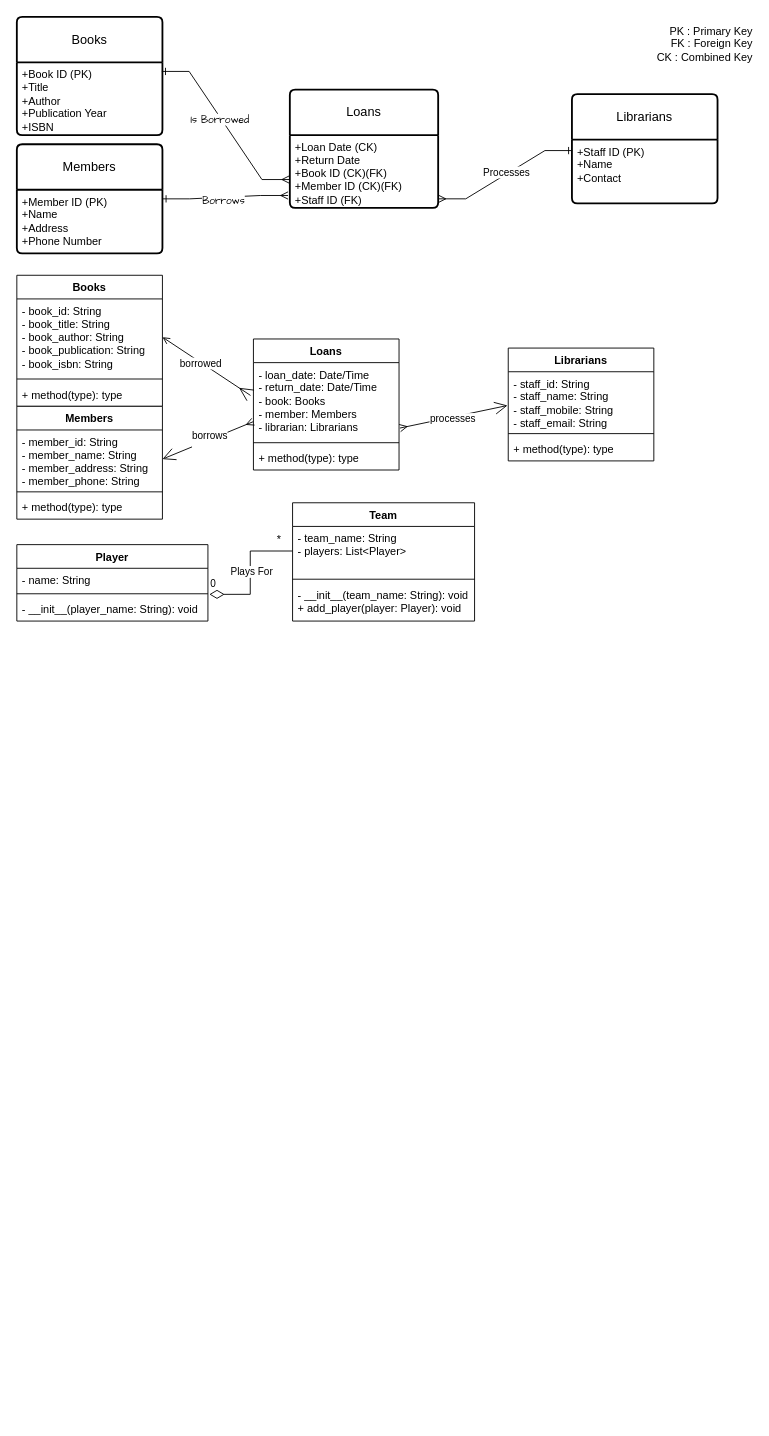
Earlier version of the draw.io diagram Library.drawio (williamprodinger23/williamprodinger23.github.io). Source tidied: cells renumbered, new cells numbered last; positions are measured from the earlier drawing's top-left corner, leaving out a move shared by most shapes. Both pictures are drawn from the tidied source at 91%, with x=0, y=0 at pixel (16, 16).
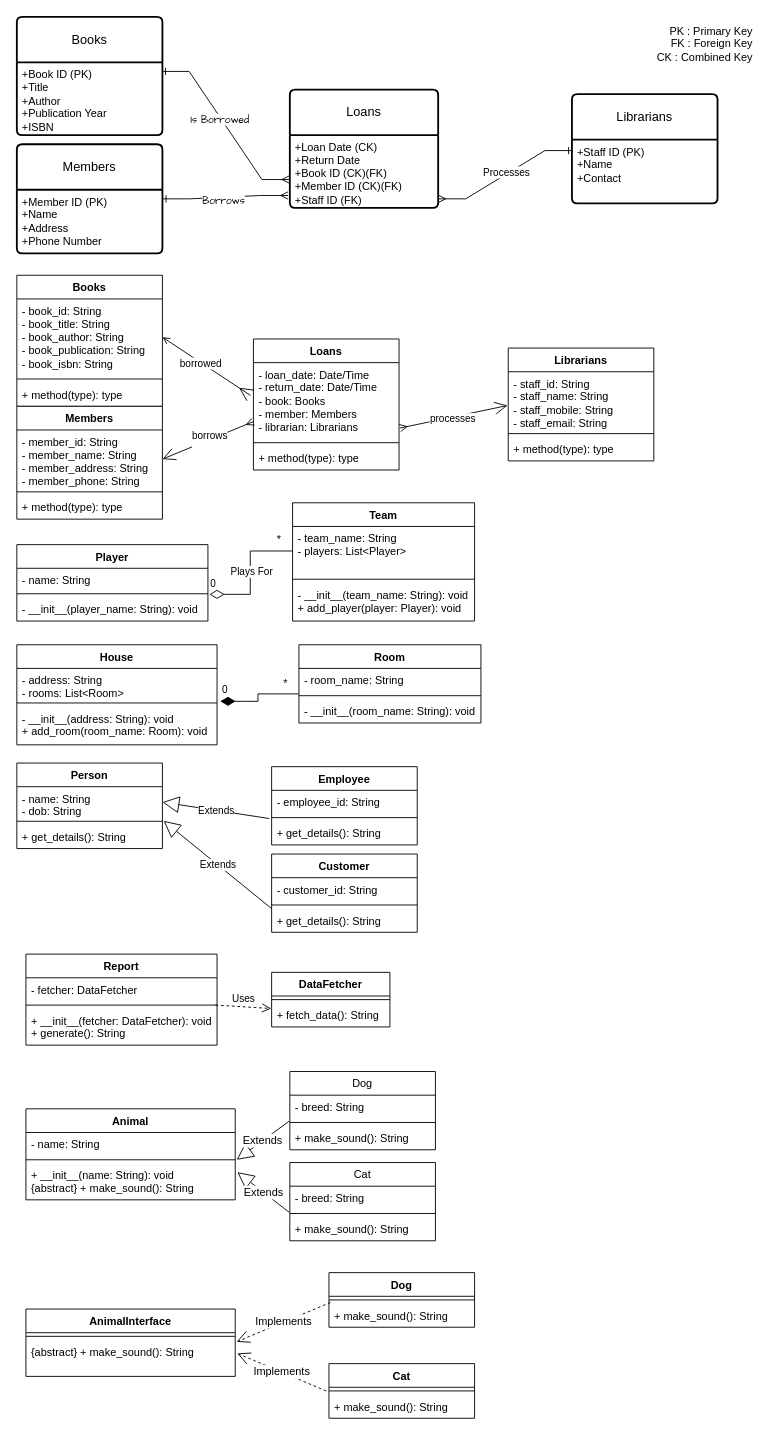
Above is the later version.

What changed in the source:
```diff
@@
+    <mxCell id="50" value="House" style="swimlane;fontStyle=1;align=center;verticalAlign=top;horizontal=1;startSize=26;whiteSpace=wrap;html=1;" parent="1" vertex="1">
+      <mxGeometry y="690" width="220" height="110" as="geometry" />
+    </mxCell>
+    <mxCell id="51" value="- address: String&lt;div&gt;- rooms: List&amp;lt;Room&amp;gt;&lt;/div&gt;" style="text;strokeColor=none;fillColor=none;align=left;verticalAlign=top;spacingLeft=4;spacingRight=4;overflow=hidden;points=[[0,0.5],[1,0.5]];portConstraint=eastwest;whiteSpace=wrap;html=1;" parent="50" vertex="1">
+      <mxGeometry y="26" width="220" height="34" as="geometry" />
+    </mxCell>
+    <mxCell id="52" style="line;strokeWidth=1;fillColor=none;align=left;verticalAlign=middle;spacingTop=-1;spacingLeft=3;spacingRight=3;labelPosition=right;strokeColor=inherit;" parent="50" vertex="1">
+      <mxGeometry y="60" width="220" height="8" as="geometry" />
+    </mxCell>
+    <mxCell id="53" value="- __init__(address: String): void&lt;div&gt;+ add_room(room_name: Room): void&lt;/div&gt;" style="text;strokeColor=none;fillColor=none;align=left;verticalAlign=top;spacingLeft=4;spacingRight=4;overflow=hidden;whiteSpace=wrap;html=1;" parent="50" vertex="1">
+      <mxGeometry y="68" width="220" height="42" as="geometry" />
+    </mxCell>
+    <mxCell id="54" value="Room" style="swimlane;fontStyle=1;align=center;verticalAlign=top;horizontal=1;startSize=26;whiteSpace=wrap;html=1;" parent="1" vertex="1">
+      <mxGeometry x="310" y="690" width="200" height="86" as="geometry" />
+    </mxCell>
+    <mxCell id="55" value="- room_name: String" style="text;strokeColor=none;fillColor=none;align=left;verticalAlign=top;spacingLeft=4;spacingRight=4;overflow=hidden;points=[[0,0.5],[1,0.5]];portConstraint=eastwest;whiteSpace=wrap;html=1;" parent="54" vertex="1">
+      <mxGeometry y="26" width="200" height="26" as="geometry" />
+    </mxCell>
+    <mxCell id="56" style="line;strokeWidth=1;fillColor=none;align=left;verticalAlign=middle;spacingTop=-1;spacingLeft=3;spacingRight=3;labelPosition=right;strokeColor=inherit;" parent="54" vertex="1">
+      <mxGeometry y="52" width="200" height="8" as="geometry" />
+    </mxCell>
+    <mxCell id="57" value="- __init__(room_name: String): void" style="text;strokeColor=none;fillColor=none;align=left;verticalAlign=top;spacingLeft=4;spacingRight=4;overflow=hidden;whiteSpace=wrap;html=1;" parent="54" vertex="1">
+      <mxGeometry y="60" width="200" height="26" as="geometry" />
+    </mxCell>
+    <mxCell id="58" value="0" style="endArrow=none;html=1;endSize=12;startArrow=diamondThin;startSize=14;startFill=1;edgeStyle=orthogonalEdgeStyle;align=left;verticalAlign=bottom;rounded=0;exitX=1.016;exitY=1.064;exitDx=0;exitDy=0;exitPerimeter=0;entryX=0;entryY=1.077;entryDx=0;entryDy=0;entryPerimeter=0;endFill=0;" parent="1" edge="1" source="51" target="55">
+      <mxGeometry x="-1" y="3" relative="1" as="geometry" />
+    </mxCell>
+    <mxCell id="59" value="*" style="text;html=1;align=center;verticalAlign=middle;strokeColor=none;fillColor=none;" parent="1" vertex="1">
+      <mxGeometry x="280" y="718" width="30" height="30" as="geometry" />
+    </mxCell>
+    <mxCell id="60" value="Person" style="swimlane;fontStyle=1;align=center;verticalAlign=top;horizontal=1;startSize=26;whiteSpace=wrap;html=1;" parent="1" vertex="1">
+      <mxGeometry y="820" width="160" height="94" as="geometry" />
+    </mxCell>
+    <mxCell id="61" value="- name: String&lt;div&gt;- dob: String&lt;/div&gt;" style="text;strokeColor=none;fillColor=none;align=left;verticalAlign=top;spacingLeft=4;spacingRight=4;overflow=hidden;points=[[0,0.5],[1,0.5]];portConstraint=eastwest;whiteSpace=wrap;html=1;" parent="60" vertex="1">
+      <mxGeometry y="26" width="160" height="34" as="geometry" />
+    </mxCell>
+    <mxCell id="62" style="line;strokeWidth=1;fillColor=none;align=left;verticalAlign=middle;spacingTop=-1;spacingLeft=3;spacingRight=3;labelPosition=right;strokeColor=inherit;" parent="60" vertex="1">
+      <mxGeometry y="60" width="160" height="8" as="geometry" />
+    </mxCell>
+    <mxCell id="63" value="+ get_details(): String" style="text;strokeColor=none;fillColor=none;align=left;verticalAlign=top;spacingLeft=4;spacingRight=4;overflow=hidden;points=[[0,0.5],[1,0.5]];portConstraint=eastwest;whiteSpace=wrap;html=1;" parent="60" vertex="1">
+      <mxGeometry y="68" width="160" height="26" as="geometry" />
+    </mxCell>
+    <mxCell id="64" value="Employee" style="swimlane;fontStyle=1;align=center;verticalAlign=top;horizontal=1;startSize=26;whiteSpace=wrap;html=1;" parent="1" vertex="1">
+      <mxGeometry x="280" y="824" width="160" height="86" as="geometry" />
+    </mxCell>
+    <mxCell id="65" value="- employee_id: String" style="text;strokeColor=none;fillColor=none;align=left;verticalAlign=top;spacingLeft=4;spacingRight=4;overflow=hidden;points=[[0,0.5],[1,0.5]];portConstraint=eastwest;whiteSpace=wrap;html=1;" parent="64" vertex="1">
+      <mxGeometry y="26" width="160" height="26" as="geometry" />
+    </mxCell>
+    <mxCell id="66" style="line;strokeWidth=1;fillColor=none;align=left;verticalAlign=middle;spacingTop=-1;spacingLeft=3;spacingRight=3;labelPosition=right;strokeColor=inherit;" parent="64" vertex="1">
+      <mxGeometry y="52" width="160" height="8" as="geometry" />
+    </mxCell>
+    <mxCell id="67" value="+ get_details(): String" style="text;strokeColor=none;fillColor=none;align=left;verticalAlign=top;spacingLeft=4;spacingRight=4;overflow=hidden;whiteSpace=wrap;html=1;" parent="64" vertex="1">
+      <mxGeometry y="60" width="160" height="26" as="geometry" />
+    </mxCell>
+    <mxCell id="68" value="Customer" style="swimlane;fontStyle=1;align=center;verticalAlign=top;horizontal=1;startSize=26;whiteSpace=wrap;html=1;" parent="1" vertex="1">
+      <mxGeometry x="280" y="920" width="160" height="86" as="geometry" />
+    </mxCell>
+    <mxCell id="69" value="- customer_id: String" style="text;strokeColor=none;fillColor=none;align=left;verticalAlign=top;spacingLeft=4;spacingRight=4;overflow=hidden;whiteSpace=wrap;html=1;" parent="68" vertex="1">
+      <mxGeometry y="26" width="160" height="26" as="geometry" />
+    </mxCell>
+    <mxCell id="70" style="line;strokeWidth=1;fillColor=none;align=left;verticalAlign=middle;spacingTop=-1;spacingLeft=3;spacingRight=3;labelPosition=right;strokeColor=inherit;" parent="68" vertex="1">
+      <mxGeometry y="52" width="160" height="8" as="geometry" />
+    </mxCell>
+    <mxCell id="71" value="+ get_details(): String" style="text;strokeColor=none;fillColor=none;align=left;verticalAlign=top;spacingLeft=4;spacingRight=4;overflow=hidden;points=[[0,0.5],[1,0.5]];portConstraint=eastwest;whiteSpace=wrap;html=1;" parent="68" vertex="1">
+      <mxGeometry y="60" width="160" height="26" as="geometry" />
+    </mxCell>
+    <mxCell id="72" value="Extends" style="endArrow=block;endSize=16;endFill=0;html=1;rounded=0;exitX=-0.016;exitY=1.192;exitDx=0;exitDy=0;exitPerimeter=0;entryX=1;entryY=0.5;entryDx=0;entryDy=0;" parent="1" edge="1" source="65" target="61">
+      <mxGeometry relative="1" as="geometry" />
+    </mxCell>
+    <mxCell id="73" value="Extends" style="endArrow=block;endSize=16;endFill=0;html=1;rounded=0;entryX=1.008;entryY=-0.173;entryDx=0;entryDy=0;entryPerimeter=0;exitX=0;exitY=0;exitDx=0;exitDy=0;exitPerimeter=0;" parent="1" edge="1" source="71" target="63">
+      <mxGeometry relative="1" as="geometry" />
+    </mxCell>
+    <mxCell id="74" value="Report" style="swimlane;fontStyle=1;align=center;verticalAlign=top;horizontal=1;startSize=26;whiteSpace=wrap;html=1;" parent="1" vertex="1">
+      <mxGeometry x="10" y="1030" width="210" height="100" as="geometry" />
+    </mxCell>
+    <mxCell id="75" value="- fetcher: DataFetcher" style="text;strokeColor=none;fillColor=none;align=left;verticalAlign=top;spacingLeft=4;spacingRight=4;overflow=hidden;whiteSpace=wrap;html=1;" parent="74" vertex="1">
+      <mxGeometry y="26" width="210" height="26" as="geometry" />
+    </mxCell>
+    <mxCell id="76" style="line;strokeWidth=1;fillColor=none;align=left;verticalAlign=middle;spacingTop=-1;spacingLeft=3;spacingRight=3;labelPosition=right;strokeColor=inherit;" parent="74" vertex="1">
+      <mxGeometry y="52" width="210" height="8" as="geometry" />
+    </mxCell>
+    <mxCell id="77" value="+ __init__(fetcher: DataFetcher): void&lt;div&gt;+ generate(): String&lt;/div&gt;" style="text;strokeColor=none;fillColor=none;align=left;verticalAlign=top;spacingLeft=4;spacingRight=4;overflow=hidden;points=[[0,0.5],[1,0.5]];portConstraint=eastwest;whiteSpace=wrap;html=1;" parent="74" vertex="1">
+      <mxGeometry y="60" width="210" height="40" as="geometry" />
+    </mxCell>
+    <mxCell id="78" value="DataFetcher" style="swimlane;fontStyle=1;align=center;verticalAlign=top;horizontal=1;startSize=26;whiteSpace=wrap;html=1;" parent="1" vertex="1">
+      <mxGeometry x="280" y="1050" width="130" height="60" as="geometry" />
+    </mxCell>
+    <mxCell id="79" style="line;strokeWidth=1;fillColor=none;align=left;verticalAlign=middle;spacingTop=-1;spacingLeft=3;spacingRight=3;labelPosition=right;strokeColor=inherit;" parent="78" vertex="1">
+      <mxGeometry y="26" width="130" height="8" as="geometry" />
+    </mxCell>
+    <mxCell id="80" value="+ fetch_data(): String" style="text;strokeColor=none;fillColor=none;align=left;verticalAlign=top;spacingLeft=4;spacingRight=4;overflow=hidden;points=[[0,0.5],[1,0.5]];portConstraint=eastwest;whiteSpace=wrap;html=1;" parent="78" vertex="1">
+      <mxGeometry y="34" width="130" height="26" as="geometry" />
+    </mxCell>
+    <mxCell id="81" value="Uses" style="html=1;verticalAlign=bottom;endArrow=open;dashed=1;endSize=8;curved=0;rounded=0;exitX=0.992;exitY=-0.1;exitDx=0;exitDy=0;exitPerimeter=0;entryX=-0.004;entryY=0.221;entryDx=0;entryDy=0;entryPerimeter=0;" parent="1" edge="1" source="77" target="80">
+      <mxGeometry relative="1" as="geometry" />
+    </mxCell>
+    <mxCell id="82" value="Animal" style="swimlane;fontStyle=1;align=center;verticalAlign=top;horizontal=1;startSize=26;whiteSpace=wrap;html=1;" parent="1" vertex="1">
+      <mxGeometry x="10" y="1200" width="230" height="100" as="geometry" />
+    </mxCell>
+    <mxCell id="83" value="- name: String" style="text;strokeColor=none;fillColor=none;align=left;verticalAlign=top;spacingLeft=4;spacingRight=4;overflow=hidden;whiteSpace=wrap;html=1;" parent="82" vertex="1">
+      <mxGeometry y="26" width="230" height="26" as="geometry" />
+    </mxCell>
+    <mxCell id="84" style="line;strokeWidth=1;fillColor=none;align=left;verticalAlign=middle;spacingTop=-1;spacingLeft=3;spacingRight=3;labelPosition=right;strokeColor=inherit;" parent="82" vertex="1">
+      <mxGeometry y="52" width="230" height="8" as="geometry" />
+    </mxCell>
+    <mxCell id="85" value="+ __init__(name: String): void&amp;nbsp;&lt;div&gt;{abstract}&amp;nbsp;&lt;span style=&quot;background-color: initial;&quot;&gt;+ make_sound(): String&lt;/span&gt;&lt;/div&gt;" style="text;strokeColor=none;fillColor=none;align=left;verticalAlign=top;spacingLeft=4;spacingRight=4;overflow=hidden;points=[[0,0.5],[1,0.5]];portConstraint=eastwest;whiteSpace=wrap;html=1;" parent="82" vertex="1">
+      <mxGeometry y="60" width="230" height="40" as="geometry" />
+    </mxCell>
+    <mxCell id="86" value="Dog" style="swimlane;fontStyle=0;align=center;verticalAlign=top;horizontal=1;startSize=26;whiteSpace=wrap;html=1;spacingLeft=4;spacingRight=4;fontFamily=Helvetica;fontSize=12;fontColor=default;fillColor=none;gradientColor=none;" parent="1" vertex="1">
+      <mxGeometry x="300" y="1159" width="160" height="86" as="geometry" />
+    </mxCell>
+    <mxCell id="87" value="- breed: String" style="text;strokeColor=none;fillColor=none;align=left;verticalAlign=top;spacingLeft=4;spacingRight=4;overflow=hidden;points=[[0,0.5],[1,0.5]];portConstraint=eastwest;whiteSpace=wrap;html=1;fontFamily=Helvetica;fontSize=12;fontColor=default;fontStyle=0;" parent="86" vertex="1">
+      <mxGeometry y="26" width="160" height="26" as="geometry" />
+    </mxCell>
+    <mxCell id="88" style="line;strokeWidth=1;fillColor=none;align=left;verticalAlign=middle;spacingTop=-1;spacingLeft=3;spacingRight=3;labelPosition=right;strokeColor=inherit;fontFamily=Helvetica;fontSize=12;fontColor=default;fontStyle=0;" parent="86" vertex="1">
+      <mxGeometry y="52" width="160" height="8" as="geometry" />
+    </mxCell>
+    <mxCell id="89" value="+ make_sound(): String" style="text;strokeColor=none;fillColor=none;align=left;verticalAlign=top;spacingLeft=4;spacingRight=4;overflow=hidden;whiteSpace=wrap;html=1;fontFamily=Helvetica;fontSize=12;fontColor=default;fontStyle=0;" parent="86" vertex="1">
+      <mxGeometry y="60" width="160" height="26" as="geometry" />
+    </mxCell>
+    <mxCell id="90" value="Cat" style="swimlane;fontStyle=0;align=center;verticalAlign=top;horizontal=1;startSize=26;whiteSpace=wrap;html=1;spacingLeft=4;spacingRight=4;fontFamily=Helvetica;fontSize=12;fontColor=default;fillColor=none;gradientColor=none;" parent="1" vertex="1">
+      <mxGeometry x="300" y="1259" width="160" height="86" as="geometry" />
+    </mxCell>
+    <mxCell id="91" value="- breed: String" style="text;strokeColor=none;fillColor=none;align=left;verticalAlign=top;spacingLeft=4;spacingRight=4;overflow=hidden;points=[[0,0.5],[1,0.5]];portConstraint=eastwest;whiteSpace=wrap;html=1;fontFamily=Helvetica;fontSize=12;fontColor=default;fontStyle=0;" parent="90" vertex="1">
+      <mxGeometry y="26" width="160" height="26" as="geometry" />
+    </mxCell>
+    <mxCell id="92" style="line;strokeWidth=1;fillColor=none;align=left;verticalAlign=middle;spacingTop=-1;spacingLeft=3;spacingRight=3;labelPosition=right;strokeColor=inherit;fontFamily=Helvetica;fontSize=12;fontColor=default;fontStyle=0;" parent="90" vertex="1">
+      <mxGeometry y="52" width="160" height="8" as="geometry" />
+    </mxCell>
+    <mxCell id="93" value="+ make_sound(): String" style="text;strokeColor=none;fillColor=none;align=left;verticalAlign=top;spacingLeft=4;spacingRight=4;overflow=hidden;whiteSpace=wrap;html=1;fontFamily=Helvetica;fontSize=12;fontColor=default;fontStyle=0;" parent="90" vertex="1">
+      <mxGeometry y="60" width="160" height="26" as="geometry" />
+    </mxCell>
+    <mxCell id="94" value="Extends" style="endArrow=block;endSize=16;endFill=0;html=1;rounded=0;fontFamily=Helvetica;fontSize=12;fontColor=default;exitX=-0.005;exitY=1.1;exitDx=0;exitDy=0;exitPerimeter=0;entryX=1.007;entryY=-0.1;entryDx=0;entryDy=0;entryPerimeter=0;" parent="1" edge="1" source="87" target="85">
+      <mxGeometry relative="1" as="geometry" />
+    </mxCell>
+    <mxCell id="95" value="Extends" style="endArrow=block;endSize=16;endFill=0;html=1;rounded=0;fontFamily=Helvetica;fontSize=12;fontColor=default;entryX=1.01;entryY=0.24;entryDx=0;entryDy=0;entryPerimeter=0;exitX=-0.005;exitY=1.1;exitDx=0;exitDy=0;exitPerimeter=0;" parent="1" edge="1" source="91" target="85">
+      <mxGeometry relative="1" as="geometry" />
+    </mxCell>
+    <mxCell id="96" value="AnimalInterface" style="swimlane;fontStyle=1;align=center;verticalAlign=top;horizontal=1;startSize=26;whiteSpace=wrap;html=1;" parent="1" vertex="1">
+      <mxGeometry x="10" y="1420" width="230" height="74" as="geometry" />
+    </mxCell>
+    <mxCell id="97" style="line;strokeWidth=1;fillColor=none;align=left;verticalAlign=middle;spacingTop=-1;spacingLeft=3;spacingRight=3;labelPosition=right;strokeColor=inherit;" parent="96" vertex="1">
+      <mxGeometry y="26" width="230" height="8" as="geometry" />
+    </mxCell>
+    <mxCell id="98" value="{abstract} + make_sound(): String" style="text;strokeColor=none;fillColor=none;align=left;verticalAlign=top;spacingLeft=4;spacingRight=4;overflow=hidden;points=[[0,0.5],[1,0.5]];portConstraint=eastwest;whiteSpace=wrap;html=1;" parent="96" vertex="1">
+      <mxGeometry y="34" width="230" height="40" as="geometry" />
+    </mxCell>
+    <mxCell id="99" value="Dog" style="swimlane;fontStyle=1;align=center;verticalAlign=top;horizontal=1;startSize=26;whiteSpace=wrap;html=1;spacingLeft=4;spacingRight=4;fontFamily=Helvetica;fontSize=12;fontColor=default;fillColor=none;gradientColor=none;" parent="1" vertex="1">
+      <mxGeometry x="343" y="1380" width="160" height="60" as="geometry" />
+    </mxCell>
+    <mxCell id="100" style="line;strokeWidth=1;fillColor=none;align=left;verticalAlign=middle;spacingTop=-1;spacingLeft=3;spacingRight=3;labelPosition=right;strokeColor=inherit;fontFamily=Helvetica;fontSize=12;fontColor=default;" parent="99" vertex="1">
+      <mxGeometry y="26" width="160" height="8" as="geometry" />
+    </mxCell>
+    <mxCell id="101" value="+ make_sound(): String" style="text;strokeColor=none;fillColor=none;align=left;verticalAlign=top;spacingLeft=4;spacingRight=4;overflow=hidden;points=[[0,0.5],[1,0.5]];portConstraint=eastwest;whiteSpace=wrap;html=1;fontFamily=Helvetica;fontSize=12;fontColor=default;" parent="99" vertex="1">
+      <mxGeometry y="34" width="160" height="26" as="geometry" />
+    </mxCell>
+    <mxCell id="102" value="Cat" style="swimlane;fontStyle=1;align=center;verticalAlign=top;horizontal=1;startSize=26;whiteSpace=wrap;html=1;spacingLeft=4;spacingRight=4;fontFamily=Helvetica;fontSize=12;fontColor=default;fillColor=none;gradientColor=none;" parent="1" vertex="1">
+      <mxGeometry x="343" y="1480" width="160" height="60" as="geometry" />
+    </mxCell>
+    <mxCell id="103" style="line;strokeWidth=1;fillColor=none;align=left;verticalAlign=middle;spacingTop=-1;spacingLeft=3;spacingRight=3;labelPosition=right;strokeColor=inherit;fontFamily=Helvetica;fontSize=12;fontColor=default;" parent="102" vertex="1">
+      <mxGeometry y="26" width="160" height="8" as="geometry" />
+    </mxCell>
+    <mxCell id="104" value="+ make_sound(): String" style="text;strokeColor=none;fillColor=none;align=left;verticalAlign=top;spacingLeft=4;spacingRight=4;overflow=hidden;points=[[0,0.5],[1,0.5]];portConstraint=eastwest;whiteSpace=wrap;html=1;fontFamily=Helvetica;fontSize=12;fontColor=default;" parent="102" vertex="1">
+      <mxGeometry y="34" width="160" height="26" as="geometry" />
+    </mxCell>
+    <mxCell id="105" value="Implements" style="endArrow=open;endSize=12;dashed=1;html=1;rounded=0;fontFamily=Helvetica;fontSize=12;fontColor=default;exitX=0.01;exitY=-0.046;exitDx=0;exitDy=0;exitPerimeter=0;entryX=1.007;entryY=0.05;entryDx=0;entryDy=0;entryPerimeter=0;" parent="1" edge="1" source="101" target="98">
+      <mxGeometry relative="1" as="geometry" />
+    </mxCell>
+    <mxCell id="106" value="Implements" style="endArrow=open;endSize=12;dashed=1;html=1;rounded=0;fontFamily=Helvetica;fontSize=12;fontColor=default;entryX=1.01;entryY=0.37;entryDx=0;entryDy=0;entryPerimeter=0;exitX=-0.019;exitY=-0.154;exitDx=0;exitDy=0;exitPerimeter=0;" parent="1" edge="1" source="104" target="98">
+      <mxGeometry relative="1" as="geometry" />
+    </mxCell>
```
